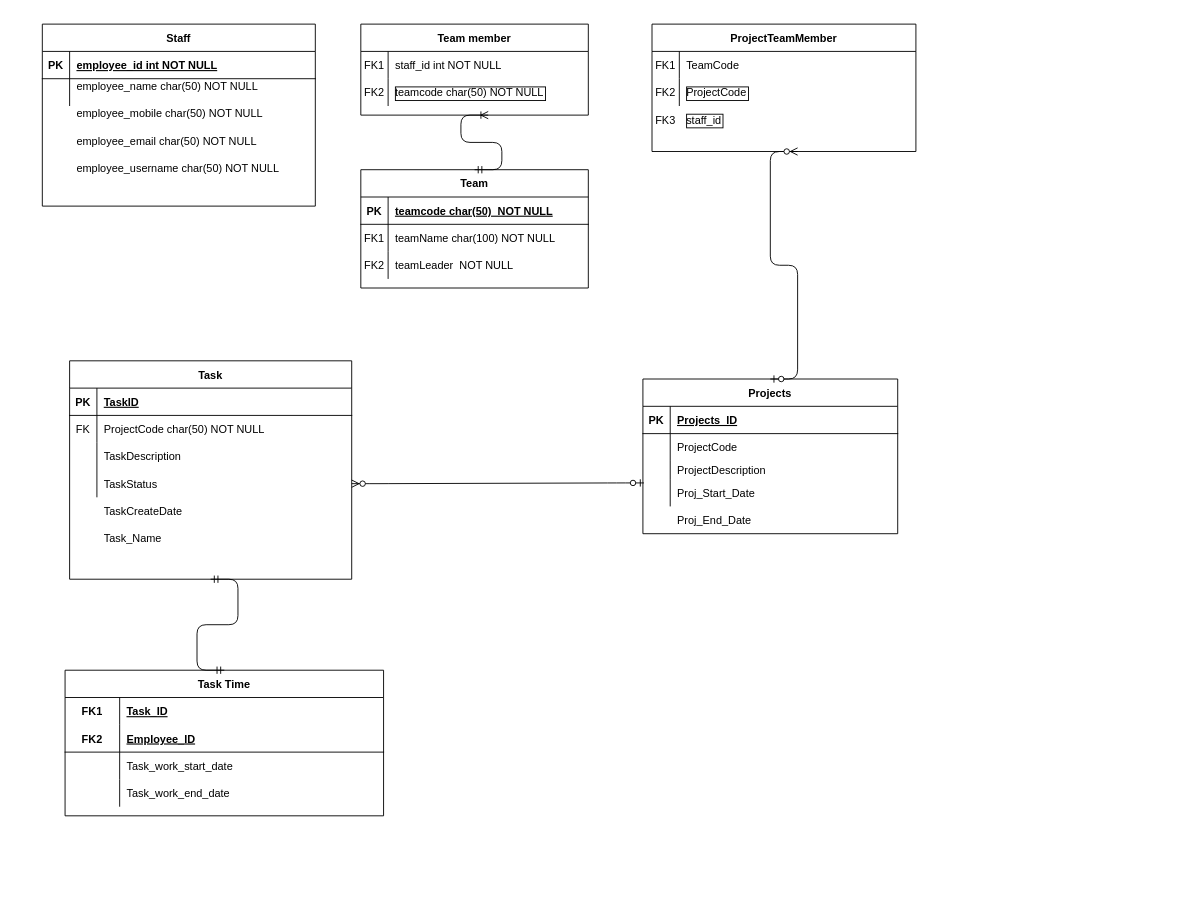
The draw.io diagram Untitled Diagram.drawio in rdazmn/FYP, before the edit. Source tidied: cells renumbered, new cells numbered last; positions are measured from the earlier drawing's top-left corner, leaving out a move shared by most shapes. Both pictures are drawn from the tidied source at 91%, with x=0, y=0 at pixel (42, 24).
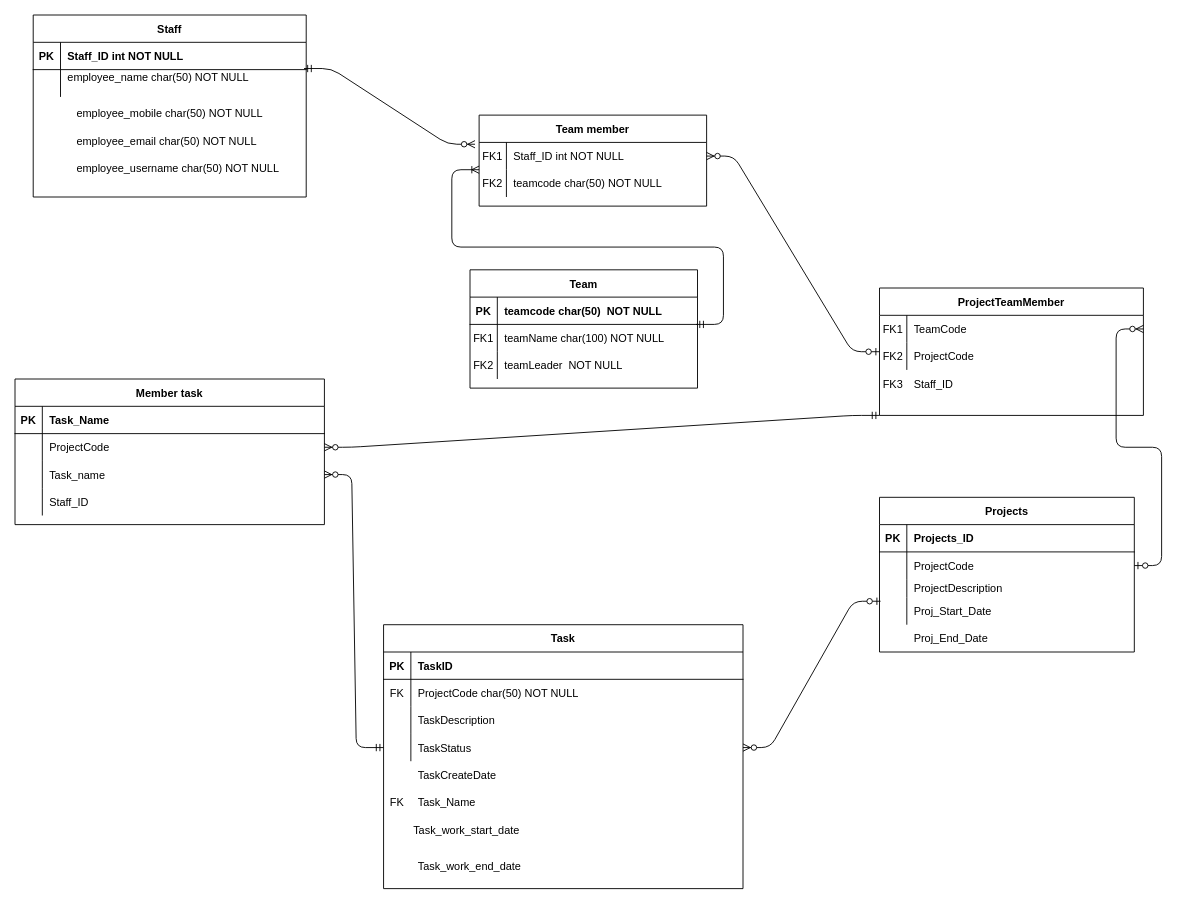
The same diagram, later.

Unchanged cells that the change refers to:
```xml
<mxCell id="3" style="shape=partialRectangle;fillColor=none;points=[[0,0.5],[1,0.5]];portConstraint=eastwest;top=0;left=0;right=0;bottom=0;" parent="2" vertex="1">
  <mxGeometry y="30" width="250" height="30" as="geometry" />
</mxCell>
<mxCell id="6" style="shape=partialRectangle;fillColor=none;top=0;left=0;right=0;bottom=0;" parent="2" vertex="1">
  <mxGeometry y="60" width="250" height="30" as="geometry" />
</mxCell>
<mxCell id="10" style="shape=partialRectangle;fillColor=none;top=0;left=0;right=0;bottom=1;" parent="9" vertex="1">
  <mxGeometry y="30" width="250" height="30" as="geometry" />
</mxCell>
<mxCell id="13" style="shape=partialRectangle;fillColor=none;points=[[0,0.5],[1,0.5]];portConstraint=eastwest;top=0;left=0;right=0;bottom=0;" parent="9" vertex="1">
  <mxGeometry y="60" width="250" height="30" as="geometry" />
</mxCell>
<mxCell id="20" style="shape=partialRectangle;fillColor=none;top=0;left=0;right=0;bottom=1;" parent="19" vertex="1">
  <mxGeometry y="30" width="300" height="30" as="geometry" />
</mxCell>
<mxCell id="23" style="shape=partialRectangle;fillColor=none;points=[[0,0.5],[1,0.5]];portConstraint=eastwest;top=0;left=0;right=0;bottom=0;" parent="19" vertex="1">
  <mxGeometry y="60" width="300" height="30" as="geometry" />
</mxCell>
<mxCell id="50" style="shape=partialRectangle;fillColor=none;top=0;left=0;bottom=1;right=0;" parent="49" vertex="1">
  <mxGeometry y="30" width="280" height="30" as="geometry" />
</mxCell>
<mxCell id="53" style="shape=partialRectangle;fillColor=none;top=0;left=0;bottom=0;right=0;points=[[0,0.5],[1,0.5]];portConstraint=eastwest;" parent="49" vertex="1">
  <mxGeometry y="60" width="280" height="30" as="geometry" />
</mxCell>
<mxCell id="77" style="shape=partialRectangle;fillColor=none;points=[[0,0.5],[1,0.5]];portConstraint=eastwest;top=0;left=0;right=0;bottom=0;" parent="76" vertex="1">
  <mxGeometry y="30" width="290" height="30" as="geometry" />
</mxCell>
<mxCell id="80" style="shape=partialRectangle;fillColor=none;top=0;left=0;right=0;bottom=0;" parent="76" vertex="1">
  <mxGeometry y="60" width="290" height="30" as="geometry" />
</mxCell>
```

Diff of the diagram source:
```diff
@@
     <mxCell id="2" value="Team member" style="shape=table;startSize=30;childLayout=tableLayout;rowLines=0;fontStyle=1;align=center;" parent="1" vertex="1">
-      <mxGeometry x="350" width="250" height="100" as="geometry" />
+      <mxGeometry x="480" y="100" width="250" height="100" as="geometry" />
     </mxCell>
@@
-    <mxCell id="5" value="staff_id int NOT NULL" style="shape=partialRectangle;overflow=hidden;fillColor=none;top=0;left=0;bottom=0;right=0;align=left;spacingLeft=6;" parent="3" vertex="1">
+    <mxCell id="5" value="Staff_ID int NOT NULL" style="shape=partialRectangle;overflow=hidden;fillColor=none;top=0;left=0;bottom=0;right=0;align=left;spacingLeft=6;" parent="3" vertex="1">
       <mxGeometry x="30" width="220" height="30" as="geometry" />
     </mxCell>
@@
-    <mxCell id="8" value="teamcode char(50) NOT NULL" style="shape=partialRectangle;overflow=hidden;fillColor=none;top=0;left=0;bottom=0;right=0;align=left;spacingLeft=6;labelBorderColor=#000000;" parent="6" vertex="1">
+    <mxCell id="8" value="teamcode char(50) NOT NULL" style="shape=partialRectangle;overflow=hidden;fillColor=none;top=0;left=0;bottom=0;right=0;align=left;spacingLeft=6;labelBorderColor=none;" parent="6" vertex="1">
       <mxGeometry x="30" width="220" height="30" as="geometry" />
     </mxCell>
     <mxCell id="9" value="Team" style="shape=table;startSize=30;childLayout=tableLayout;rowLines=0;fontStyle=1;align=center;" parent="1" vertex="1">
-      <mxGeometry x="350" y="160" width="250" height="130" as="geometry" />
+      <mxGeometry x="470" y="270" width="250" height="130" as="geometry" />
     </mxCell>
@@
-    <mxCell id="12" value="teamcode char(50)  NOT NULL " style="shape=partialRectangle;overflow=hidden;fillColor=none;top=0;left=0;bottom=0;right=0;align=left;spacingLeft=6;fontStyle=5;" parent="10" vertex="1">
+    <mxCell id="12" value="teamcode char(50)  NOT NULL " style="shape=partialRectangle;overflow=hidden;fillColor=none;top=0;left=0;bottom=0;right=0;align=left;spacingLeft=6;fontStyle=1;" parent="10" vertex="1">
       <mxGeometry x="30" width="220" height="30" as="geometry" />
     </mxCell>
@@
     <mxCell id="19" value="Staff" style="shape=table;startSize=30;childLayout=tableLayout;rowLines=0;fontStyle=1;align=center;" parent="1" vertex="1">
-      <mxGeometry width="300" height="200" as="geometry" />
+      <mxGeometry x="-10" y="-10" width="300" height="200" as="geometry" />
     </mxCell>
@@
-    <mxCell id="22" value="employee_id int NOT NULL " style="shape=partialRectangle;overflow=hidden;fillColor=none;top=0;left=0;bottom=0;right=0;align=left;spacingLeft=6;fontStyle=5;" parent="20" vertex="1">
+    <mxCell id="22" value="Staff_ID int NOT NULL " style="shape=partialRectangle;overflow=hidden;fillColor=none;top=0;left=0;bottom=0;right=0;align=left;spacingLeft=6;fontStyle=1;" parent="20" vertex="1">
       <mxGeometry x="30" width="270" height="30" as="geometry" />
     </mxCell>
@@
     <mxCell id="29" value="FK2" style="shape=partialRectangle;overflow=hidden;fillColor=none;top=0;left=0;bottom=0;right=0;" parent="1" vertex="1">
-      <mxGeometry x="350" y="60" width="30" height="30" as="geometry" />
+      <mxGeometry x="480" y="160" width="30" height="30" as="geometry" />
     </mxCell>
     <mxCell id="30" value="Task" style="shape=table;startSize=30;childLayout=tableLayout;rowLines=0;fontStyle=1;align=center;" parent="1" vertex="1">
-      <mxGeometry x="30" y="370" width="310" height="240" as="geometry" />
+      <mxGeometry x="375" y="660" width="395" height="290" as="geometry" />
     </mxCell>
     <mxCell id="31" style="shape=partialRectangle;fillColor=none;top=0;left=0;bottom=1;right=0;" parent="30" vertex="1">
-      <mxGeometry y="30" width="310" height="30" as="geometry" />
+      <mxGeometry y="30" width="395" height="30" as="geometry" />
     </mxCell>
@@
-    <mxCell id="33" value="TaskID" style="shape=partialRectangle;fillColor=none;top=0;left=0;bottom=0;right=0;align=left;spacingLeft=6;fontStyle=5;overflow=hidden;" parent="31" vertex="1">
-      <mxGeometry x="30" width="280" height="30" as="geometry" />
+    <mxCell id="33" value="TaskID" style="shape=partialRectangle;fillColor=none;top=0;left=0;bottom=0;right=0;align=left;spacingLeft=6;fontStyle=1;overflow=hidden;" parent="31" vertex="1">
+      <mxGeometry x="30" width="365" height="30" as="geometry" />
     </mxCell>
     <mxCell id="34" style="shape=partialRectangle;fillColor=none;top=0;left=0;bottom=0;right=0;" parent="30" vertex="1">
-      <mxGeometry y="60" width="310" height="30" as="geometry" />
+      <mxGeometry y="60" width="395" height="30" as="geometry" />
     </mxCell>
@@
     <mxCell id="36" value="ProjectCode char(50) NOT NULL " style="shape=partialRectangle;fillColor=none;top=0;left=0;bottom=0;right=0;align=left;spacingLeft=6;overflow=hidden;" parent="34" vertex="1">
-      <mxGeometry x="30" width="280" height="30" as="geometry" />
+      <mxGeometry x="30" width="365" height="30" as="geometry" />
     </mxCell>
     <mxCell id="37" style="shape=partialRectangle;fillColor=none;top=0;left=0;bottom=0;right=0;" parent="30" vertex="1">
-      <mxGeometry y="90" width="310" height="30" as="geometry" />
+      <mxGeometry y="90" width="395" height="30" as="geometry" />
     </mxCell>
@@
     <mxCell id="39" value="TaskDescription" style="shape=partialRectangle;fillColor=none;top=0;left=0;bottom=0;right=0;align=left;spacingLeft=6;overflow=hidden;" parent="37" vertex="1">
-      <mxGeometry x="30" width="280" height="30" as="geometry" />
+      <mxGeometry x="30" width="365" height="30" as="geometry" />
     </mxCell>
     <mxCell id="40" style="shape=partialRectangle;fillColor=none;top=0;left=0;bottom=0;right=0;points=[[0,0.5],[1,0.5]];portConstraint=eastwest;" parent="30" vertex="1">
-      <mxGeometry y="120" width="310" height="30" as="geometry" />
+      <mxGeometry y="120" width="395" height="30" as="geometry" />
     </mxCell>
@@
     <mxCell id="42" value="TaskStatus" style="shape=partialRectangle;fillColor=none;top=0;left=0;bottom=0;right=0;align=left;spacingLeft=6;overflow=hidden;" parent="40" vertex="1">
-      <mxGeometry x="30" width="280" height="30" as="geometry" />
+      <mxGeometry x="30" width="365" height="30" as="geometry" />
     </mxCell>
     <mxCell id="43" value="FK" style="shape=partialRectangle;fillColor=none;top=0;left=0;bottom=0;right=0;fontStyle=0;overflow=hidden;" parent="1" vertex="1">
-      <mxGeometry x="30" y="430" width="30" height="30" as="geometry" />
+      <mxGeometry x="375" y="720" width="30" height="30" as="geometry" />
     </mxCell>
     <mxCell id="44" style="shape=partialRectangle;fillColor=none;top=0;left=0;bottom=0;right=0;" parent="1" vertex="1">
-      <mxGeometry x="30" y="520" width="310" height="30" as="geometry" />
+      <mxGeometry x="375" y="810" width="310" height="30" as="geometry" />
     </mxCell>
@@
     <mxCell id="47" value="Task_Name" style="shape=partialRectangle;fillColor=none;top=0;left=0;bottom=0;right=0;align=left;spacingLeft=6;overflow=hidden;" parent="1" vertex="1">
-      <mxGeometry x="60" y="550" width="280" height="30" as="geometry" />
+      <mxGeometry x="405" y="840" width="280" height="30" as="geometry" />
     </mxCell>
     <mxCell id="48" value="FK2" style="shape=partialRectangle;overflow=hidden;fillColor=none;top=0;left=0;bottom=0;right=0;" parent="1" vertex="1">
-      <mxGeometry x="350" y="250" width="30" height="30" as="geometry" />
+      <mxGeometry x="470" y="360" width="30" height="30" as="geometry" />
     </mxCell>
     <mxCell id="49" value="Projects" style="shape=table;startSize=30;childLayout=tableLayout;rowLines=0;fontStyle=1;align=center;" parent="1" vertex="1">
-      <mxGeometry x="660" y="390" width="280" height="170" as="geometry" />
+      <mxGeometry x="920" y="520" width="280" height="170" as="geometry" />
     </mxCell>
@@
-    <mxCell id="52" value="Projects_ID" style="shape=partialRectangle;fillColor=none;top=0;left=0;bottom=0;right=0;align=left;spacingLeft=6;fontStyle=5;overflow=hidden;" parent="50" vertex="1">
+    <mxCell id="52" value="Projects_ID" style="shape=partialRectangle;fillColor=none;top=0;left=0;bottom=0;right=0;align=left;spacingLeft=6;fontStyle=1;overflow=hidden;" parent="50" vertex="1">
       <mxGeometry x="30" width="250" height="30" as="geometry" />
     </mxCell>
@@
     <mxCell id="62" value="Proj_End_Date" style="shape=partialRectangle;fillColor=none;top=0;left=0;bottom=0;right=0;align=left;spacingLeft=6;overflow=hidden;" parent="1" vertex="1">
-      <mxGeometry x="690" y="530" width="250" height="30" as="geometry" />
+      <mxGeometry x="950" y="660" width="250" height="30" as="geometry" />
     </mxCell>
-    <mxCell id="63" value="Task Time" style="shape=table;startSize=30;childLayout=tableLayout;rowLines=0;fontStyle=1;align=center;" parent="1" vertex="1">
-      <mxGeometry x="25" y="710" width="350" height="160" as="geometry" />
-    </mxCell>
-    <mxCell id="64" style="shape=partialRectangle;fillColor=none;top=0;left=0;bottom=0;right=0;" parent="63" vertex="1">
-      <mxGeometry y="30" width="350" height="30" as="geometry" />
-    </mxCell>
-    <mxCell id="65" value="FK1" style="shape=partialRectangle;fillColor=none;top=0;left=0;bottom=0;right=0;fontStyle=1;overflow=hidden;" parent="64" vertex="1">
-      <mxGeometry width="60" height="30" as="geometry" />
-    </mxCell>
-    <mxCell id="66" value="Task_ID" style="shape=partialRectangle;fillColor=none;top=0;left=0;bottom=0;right=0;align=left;spacingLeft=6;fontStyle=5;overflow=hidden;" parent="64" vertex="1">
-      <mxGeometry x="60" width="290" height="30" as="geometry" />
-    </mxCell>
-    <mxCell id="67" style="shape=partialRectangle;fillColor=none;top=0;left=0;bottom=1;right=0;" parent="63" vertex="1">
-      <mxGeometry y="60" width="350" height="30" as="geometry" />
-    </mxCell>
-    <mxCell id="68" value="FK2" style="shape=partialRectangle;fillColor=none;top=0;left=0;bottom=0;right=0;fontStyle=1;overflow=hidden;" parent="67" vertex="1">
-      <mxGeometry width="60" height="30" as="geometry" />
-    </mxCell>
-    <mxCell id="69" value="Employee_ID" style="shape=partialRectangle;fillColor=none;top=0;left=0;bottom=0;right=0;align=left;spacingLeft=6;fontStyle=5;overflow=hidden;" parent="67" vertex="1">
-      <mxGeometry x="60" width="290" height="30" as="geometry" />
-    </mxCell>
-    <mxCell id="70" style="shape=partialRectangle;fillColor=none;top=0;left=0;bottom=0;right=0;" parent="63" vertex="1">
-      <mxGeometry y="90" width="350" height="30" as="geometry" />
-    </mxCell>
-    <mxCell id="71" style="shape=partialRectangle;fillColor=none;top=0;left=0;bottom=0;right=0;overflow=hidden;" parent="70" vertex="1">
-      <mxGeometry width="60" height="30" as="geometry" />
-    </mxCell>
-    <mxCell id="72" value="Task_work_start_date" style="shape=partialRectangle;fillColor=none;top=0;left=0;bottom=0;right=0;align=left;spacingLeft=6;overflow=hidden;" parent="70" vertex="1">
-      <mxGeometry x="60" width="290" height="30" as="geometry" />
-    </mxCell>
-    <mxCell id="73" style="shape=partialRectangle;fillColor=none;top=0;left=0;bottom=0;right=0;" parent="63" vertex="1">
-      <mxGeometry y="120" width="350" height="30" as="geometry" />
-    </mxCell>
-    <mxCell id="74" style="shape=partialRectangle;fillColor=none;top=0;left=0;bottom=0;right=0;overflow=hidden;" parent="73" vertex="1">
-      <mxGeometry width="60" height="30" as="geometry" />
-    </mxCell>
-    <mxCell id="75" value="Task_work_end_date" style="shape=partialRectangle;fillColor=none;top=0;left=0;bottom=0;right=0;align=left;spacingLeft=6;overflow=hidden;" parent="73" vertex="1">
-      <mxGeometry x="60" width="290" height="30" as="geometry" />
-    </mxCell>
     <mxCell id="76" value="ProjectTeamMember" style="shape=table;startSize=30;childLayout=tableLayout;rowLines=0;fontStyle=1;align=center;" parent="1" vertex="1">
-      <mxGeometry x="670" width="290" height="140" as="geometry" />
+      <mxGeometry x="920" y="290" width="290" height="140" as="geometry" />
     </mxCell>
@@
-    <mxCell id="82" value="ProjectCode" style="shape=partialRectangle;overflow=hidden;fillColor=none;top=0;left=0;bottom=0;right=0;align=left;spacingLeft=6;labelBorderColor=#000000;" parent="80" vertex="1">
+    <mxCell id="82" value="ProjectCode" style="shape=partialRectangle;overflow=hidden;fillColor=none;top=0;left=0;bottom=0;right=0;align=left;spacingLeft=6;labelBorderColor=none;" parent="80" vertex="1">
       <mxGeometry x="30" width="260" height="30" as="geometry" />
     </mxCell>
     <mxCell id="83" value="FK2" style="shape=partialRectangle;overflow=hidden;fillColor=none;top=0;left=0;bottom=0;right=0;" parent="1" vertex="1">
-      <mxGeometry x="670" y="60" width="30" height="30" as="geometry" />
+      <mxGeometry x="920" y="350" width="30" height="30" as="geometry" />
     </mxCell>
     <mxCell id="84" value="FK3" style="shape=partialRectangle;overflow=hidden;fillColor=none;top=0;left=0;bottom=0;right=0;" parent="1" vertex="1">
-      <mxGeometry x="670" y="90" width="30" height="30" as="geometry" />
+      <mxGeometry x="920" y="380" width="30" height="30" as="geometry" />
     </mxCell>
-    <mxCell id="85" value="staff_id" style="shape=partialRectangle;overflow=hidden;fillColor=none;top=0;left=0;bottom=0;right=0;align=left;spacingLeft=6;labelBorderColor=#000000;" parent="1" vertex="1">
-      <mxGeometry x="700" y="90" width="260" height="30" as="geometry" />
+    <mxCell id="85" value="Staff_ID" style="shape=partialRectangle;overflow=hidden;fillColor=none;top=0;left=0;bottom=0;right=0;align=left;spacingLeft=6;labelBorderColor=none;" parent="1" vertex="1">
+      <mxGeometry x="950" y="380" width="260" height="30" as="geometry" />
     </mxCell>
@@
-    <mxCell id="87" style="edgeStyle=entityRelationEdgeStyle;fontSize=12;html=1;endArrow=ERmandOne;startArrow=ERmandOne;entryX=0.5;entryY=1;entryDx=0;entryDy=0;exitX=0.5;exitY=0;exitDx=0;exitDy=0;" parent="1" edge="1" source="63" target="30">
-      <mxGeometry relative="1" as="geometry" />
-    </mxCell>
-    <mxCell id="88" style="edgeStyle=entityRelationEdgeStyle;fontSize=12;html=1;endArrow=ERoneToMany;startArrow=ERmandOne;exitX=0.5;exitY=0;exitDx=0;exitDy=0;" parent="1" edge="1" source="9">
+    <mxCell id="88" style="edgeStyle=entityRelationEdgeStyle;fontSize=12;html=1;endArrow=ERoneToMany;startArrow=ERmandOne;exitX=0.994;exitY=0;exitDx=0;exitDy=0;exitPerimeter=0;" parent="1" edge="1" source="13">
       <mxGeometry relative="1" as="geometry">
-        <mxPoint x="490" y="100" as="targetPoint" />
+        <mxPoint x="480" y="160" as="targetPoint" />
       </mxGeometry>
     </mxCell>
-    <mxCell id="89" style="edgeStyle=entityRelationEdgeStyle;fontSize=12;html=1;endArrow=ERzeroToMany;startArrow=ERzeroToOne;exitX=0.5;exitY=0;exitDx=0;exitDy=0;" parent="1" edge="1" source="49">
-      <mxGeometry relative="1" as="geometry">
-        <mxPoint x="830" y="140" as="targetPoint" />
-      </mxGeometry>
+    <mxCell id="89" style="edgeStyle=entityRelationEdgeStyle;fontSize=12;html=1;endArrow=ERzeroToMany;startArrow=ERzeroToOne;exitX=1;exitY=0.5;exitDx=0;exitDy=0;entryX=1;entryY=0.5;entryDx=0;entryDy=0;" parent="1" edge="1" source="53" target="77">
+      <mxGeometry relative="1" as="geometry" />
     </mxCell>
+    <mxCell id="90" value="Member task" style="shape=table;startSize=30;childLayout=tableLayout;rowLines=0;fontStyle=1;align=center;" parent="1" vertex="1">
+      <mxGeometry x="-30" y="390" width="340" height="160" as="geometry" />
+    </mxCell>
+    <mxCell id="91" style="shape=partialRectangle;fillColor=none;top=0;left=0;bottom=1;right=0;" parent="90" vertex="1">
+      <mxGeometry y="30" width="340" height="30" as="geometry" />
+    </mxCell>
+    <mxCell id="92" value="PK" style="shape=partialRectangle;fillColor=none;top=0;left=0;bottom=0;right=0;fontStyle=1;overflow=hidden;" parent="91" vertex="1">
+      <mxGeometry width="30" height="30" as="geometry" />
+    </mxCell>
+    <mxCell id="93" value="Task_Name" style="shape=partialRectangle;fillColor=none;top=0;left=0;bottom=0;right=0;align=left;spacingLeft=6;fontStyle=1;overflow=hidden;" parent="91" vertex="1">
+      <mxGeometry x="30" width="310" height="30" as="geometry" />
+    </mxCell>
+    <mxCell id="94" style="shape=partialRectangle;fillColor=none;top=0;left=0;bottom=0;right=0;points=[[0,0.5],[1,0.5]];portConstraint=eastwest;" parent="90" vertex="1">
+      <mxGeometry y="60" width="340" height="30" as="geometry" />
+    </mxCell>
+    <mxCell id="95" style="shape=partialRectangle;fillColor=none;top=0;left=0;bottom=0;right=0;overflow=hidden;" parent="94" vertex="1">
+      <mxGeometry width="30" height="30" as="geometry" />
+    </mxCell>
+    <mxCell id="96" value="ProjectCode" style="shape=partialRectangle;fillColor=none;top=0;left=0;bottom=0;right=0;align=left;spacingLeft=6;overflow=hidden;" parent="94" vertex="1">
+      <mxGeometry x="30" width="310" height="30" as="geometry" />
+    </mxCell>
+    <mxCell id="97" style="shape=partialRectangle;fillColor=none;top=0;left=0;bottom=0;right=0;points=[[0,0.5],[1,0.5]];portConstraint=eastwest;" parent="90" vertex="1">
+      <mxGeometry y="90" width="340" height="30" as="geometry" />
+    </mxCell>
+    <mxCell id="98" style="shape=partialRectangle;fillColor=none;top=0;left=0;bottom=0;right=0;overflow=hidden;" parent="97" vertex="1">
+      <mxGeometry width="30" height="30" as="geometry" />
+    </mxCell>
+    <mxCell id="99" value="Task_name" style="shape=partialRectangle;fillColor=none;top=0;left=0;bottom=0;right=0;align=left;spacingLeft=6;overflow=hidden;" parent="97" vertex="1">
+      <mxGeometry x="30" width="310" height="30" as="geometry" />
+    </mxCell>
+    <mxCell id="100" style="shape=partialRectangle;fillColor=none;top=0;left=0;bottom=0;right=0;" parent="90" vertex="1">
+      <mxGeometry y="120" width="340" height="30" as="geometry" />
+    </mxCell>
+    <mxCell id="101" style="shape=partialRectangle;fillColor=none;top=0;left=0;bottom=0;right=0;overflow=hidden;" parent="100" vertex="1">
+      <mxGeometry width="30" height="30" as="geometry" />
+    </mxCell>
+    <mxCell id="102" value="Staff_ID" style="shape=partialRectangle;fillColor=none;top=0;left=0;bottom=0;right=0;align=left;spacingLeft=6;overflow=hidden;" parent="100" vertex="1">
+      <mxGeometry x="30" width="310" height="30" as="geometry" />
+    </mxCell>
+    <mxCell id="103" style="edgeStyle=entityRelationEdgeStyle;fontSize=12;html=1;endArrow=ERzeroToMany;startArrow=ERmandOne;exitX=0.992;exitY=-0.04;exitDx=0;exitDy=0;exitPerimeter=0;entryX=-0.018;entryY=0.067;entryDx=0;entryDy=0;entryPerimeter=0;" parent="1" edge="1" source="23" target="3">
+      <mxGeometry relative="1" as="geometry" />
+    </mxCell>
+    <mxCell id="104" style="edgeStyle=entityRelationEdgeStyle;fontSize=12;html=1;endArrow=ERzeroToMany;startArrow=ERmandOne;entryX=1;entryY=0.5;entryDx=0;entryDy=0;exitX=0;exitY=0.5;exitDx=0;exitDy=0;" parent="1" edge="1" source="40" target="97">
+      <mxGeometry relative="1" as="geometry" />
+    </mxCell>
+    <mxCell id="105" value="FK" style="shape=partialRectangle;fillColor=none;top=0;left=0;bottom=0;right=0;fontStyle=0;overflow=hidden;" parent="1" vertex="1">
+      <mxGeometry x="375" y="840" width="30" height="30" as="geometry" />
+    </mxCell>
+    <mxCell id="106" style="edgeStyle=entityRelationEdgeStyle;fontSize=12;html=1;endArrow=ERzeroToMany;startArrow=ERzeroToOne;entryX=1;entryY=0.5;entryDx=0;entryDy=0;" parent="1" edge="1" source="76" target="3">
+      <mxGeometry relative="1" as="geometry" />
+    </mxCell>
+    <mxCell id="72" value="Task_work_start_date" style="shape=partialRectangle;fillColor=none;top=0;left=0;bottom=0;right=0;align=left;spacingLeft=6;overflow=hidden;" parent="1" vertex="1">
+      <mxGeometry x="400" y="870" width="290" height="30" as="geometry" />
+    </mxCell>
+    <mxCell id="75" value="Task_work_end_date" style="shape=partialRectangle;fillColor=none;top=0;left=0;bottom=0;right=0;align=left;spacingLeft=6;overflow=hidden;" parent="1" vertex="1">
+      <mxGeometry x="405" y="910" width="290" height="30" as="geometry" />
+    </mxCell>
+    <mxCell id="107" style="edgeStyle=entityRelationEdgeStyle;fontSize=12;html=1;endArrow=ERzeroToMany;startArrow=ERmandOne;entryX=1;entryY=0.5;entryDx=0;entryDy=0;exitX=0;exitY=1;exitDx=0;exitDy=0;" parent="1" edge="1" source="76" target="94">
+      <mxGeometry relative="1" as="geometry" />
+    </mxCell>
```
